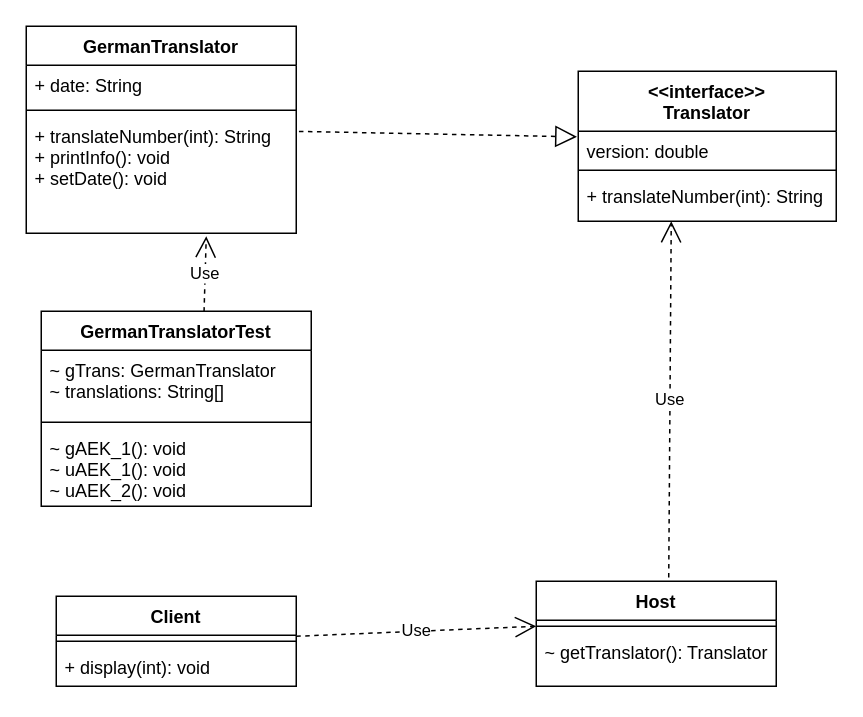
This is UML_Klassendiagramm.drawio from ItsMePaiinZ/se1_hbrs_ph_fl, a draw.io file, before an edit. Source tidied: cells renumbered, new cells numbered last; positions are measured from the earlier drawing's top-left corner, leaving out a move shared by most shapes. Both pictures are drawn from the tidied source at 150%, with x=0, y=0 at pixel (26, 26).
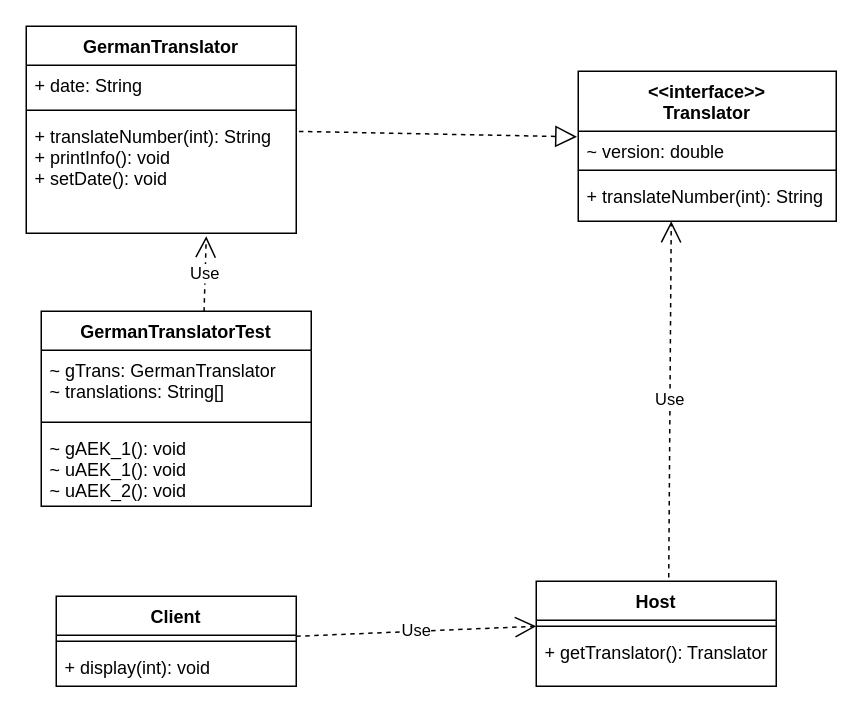
After the change.

The change refers to these unchanged cells:
```xml
<mxCell id="2" value="&lt;&lt;interface&gt;&gt;&#10;Translator" style="swimlane;fontStyle=1;align=center;verticalAlign=top;horizontal=1;startSize=40;rounded=0;shadow=0;strokeWidth=1;" parent="1" vertex="1">
  <mxGeometry x="368" y="30" width="172" height="100" as="geometry" />
</mxCell>
<mxCell id="10" value="Host" style="swimlane;fontStyle=1;align=center;verticalAlign=top;horizontal=1;startSize=26;rounded=0;shadow=0;strokeWidth=1;" parent="1" vertex="1">
  <mxGeometry x="340" y="370" width="160" height="70" as="geometry" />
</mxCell>
```

Diff of the diagram source:
```diff
@@
-    <mxCell id="3" value="version: double" style="text;align=left;verticalAlign=top;spacingLeft=4;spacingRight=4;overflow=hidden;points=[[0,0.5],[1,0.5]];portConstraint=eastwest;rounded=0;shadow=0;html=0;" parent="2" vertex="1">
+    <mxCell id="3" value="~ version: double" style="text;align=left;verticalAlign=top;spacingLeft=4;spacingRight=4;overflow=hidden;points=[[0,0.5],[1,0.5]];portConstraint=eastwest;rounded=0;shadow=0;html=0;" parent="2" vertex="1">
       <mxGeometry y="40" width="172" height="22" as="geometry" />
     </mxCell>
@@
-    <mxCell id="12" value="~ getTranslator(): Translator" style="text;align=left;verticalAlign=top;spacingLeft=4;spacingRight=4;overflow=hidden;" parent="10" vertex="1">
+    <mxCell id="12" value="+ getTranslator(): Translator" style="text;align=left;verticalAlign=top;spacingLeft=4;spacingRight=4;overflow=hidden;" parent="10" vertex="1">
       <mxGeometry y="34" width="160" height="26" as="geometry" />
     </mxCell>
```
